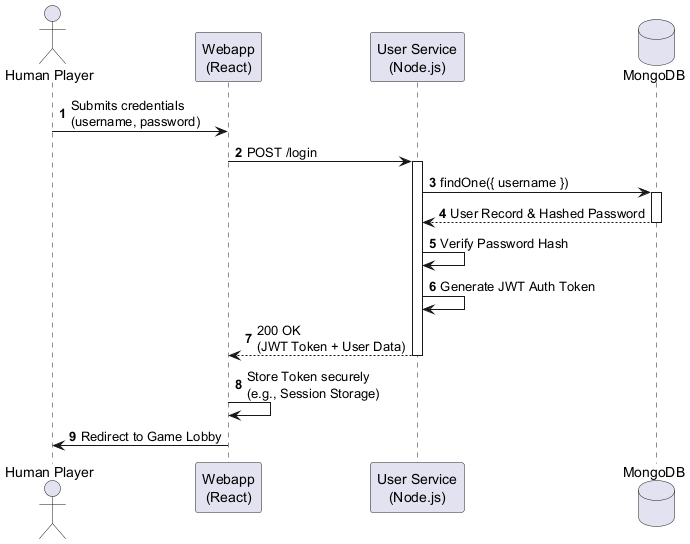
This is images/auth-flow.png from Arquisoft/yovi_en1a, a PlantUML export, as it was before one commit. Source of this version:
```plantuml
@startuml
autonumber
actor "Human Player" as User
participant "Webapp\n(React)" as UI
participant "User Service\n(Node.js)" as Node
database "MongoDB" as DB

User -> UI : Submits credentials\n(username, password)
UI -> Node : POST /login
activate Node

Node -> DB : findOne({ username })
activate DB
DB --> Node : User Record & Hashed Password
deactivate DB

Node -> Node : Verify Password Hash
Node -> Node : Generate JWT Auth Token

Node --> UI : 200 OK \n(JWT Token + User Data)
deactivate Node

UI -> UI : Store Token securely\n(e.g., Session Storage)
UI -> User : Redirect to Game Lobby
@enduml
```
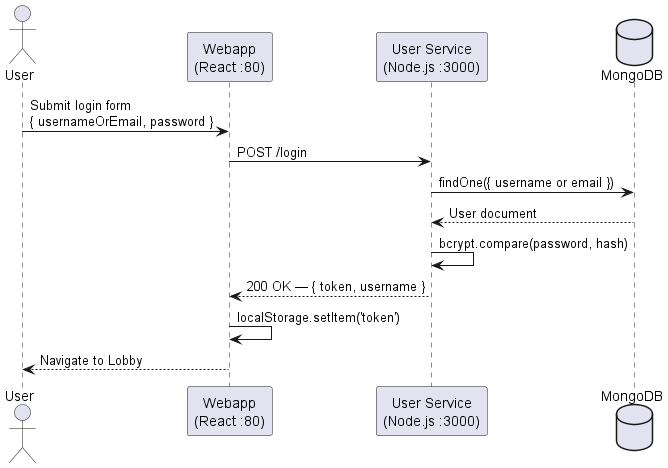
After the change.

The edit, as a diff of the source:
```diff
@@ -1,25 +1,15 @@
 @startuml
-autonumber
-actor "Human Player" as User
-participant "Webapp\n(React)" as UI
-participant "User Service\n(Node.js)" as Node
+actor "User" as User
+participant "Webapp\n(React :80)" as Webapp
+participant "User Service\n(Node.js :3000)" as Users
 database "MongoDB" as DB
 
-User -> UI : Submits credentials\n(username, password)
-UI -> Node : POST /login
-activate Node
-
-Node -> DB : findOne({ username })
-activate DB
-DB --> Node : User Record & Hashed Password
-deactivate DB
-
-Node -> Node : Verify Password Hash
-Node -> Node : Generate JWT Auth Token
-
-Node --> UI : 200 OK \n(JWT Token + User Data)
-deactivate Node
-
-UI -> UI : Store Token securely\n(e.g., Session Storage)
-UI -> User : Redirect to Game Lobby
+User -> Webapp : Submit login form\n{ usernameOrEmail, password }
+Webapp -> Users : POST /login
+Users -> DB : findOne({ username or email })
+DB --> Users : User document
+Users -> Users : bcrypt.compare(password, hash)
+Users --> Webapp : 200 OK — { token, username }
+Webapp -> Webapp : localStorage.setItem('token')
+Webapp --> User : Navigate to Lobby
 @enduml
```
